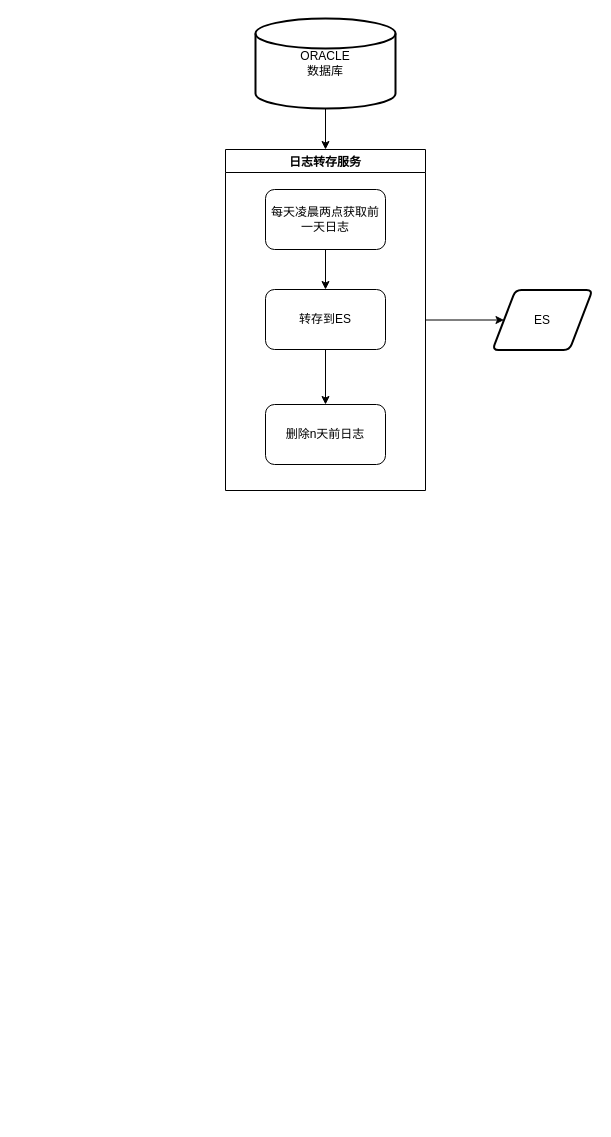
The draw.io diagram page "日志转存流程" (4 of 4) of 流程查找图.drawio in 158698706/tt4a, before the edit. Source tidied: cells renumbered, new cells numbered last; positions are measured from the earlier drawing's top-left corner, leaving out a move shared by most shapes. Both pictures are drawn from the tidied source at 100%, with x=0, y=0 at pixel (225, 18).
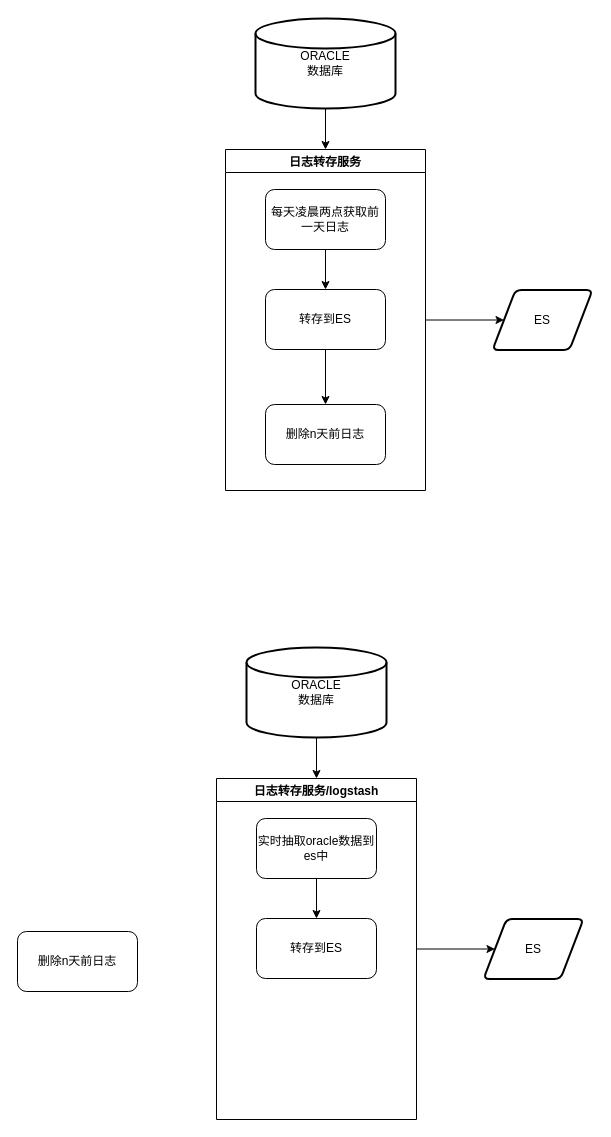
The same diagram, later.

Commit message:
更新流程查找图.drawio

Change to the diagram source:
```diff
@@
+    <mxCell id="12" style="edgeStyle=orthogonalEdgeStyle;rounded=0;jettySize=auto;html=1;entryX=0.5;entryY=0;entryDx=0;entryDy=0;" parent="1" edge="1" source="13" target="16">
+      <mxGeometry relative="1" as="geometry" />
+    </mxCell>
+    <mxCell id="13" value="ORACLE&lt;br&gt;数据库" style="strokeWidth=2;html=1;shape=mxgraph.flowchart.database;whiteSpace=wrap;" parent="1" vertex="1">
+      <mxGeometry x="21" y="629" width="140" height="90" as="geometry" />
+    </mxCell>
+    <mxCell id="14" value="ES" style="shape=parallelogram;html=1;strokeWidth=2;perimeter=parallelogramPerimeter;whiteSpace=wrap;rounded=1;arcSize=12;size=0.23;" parent="1" vertex="1">
+      <mxGeometry x="258" y="900.5" width="100" height="60" as="geometry" />
+    </mxCell>
+    <mxCell id="15" style="edgeStyle=orthogonalEdgeStyle;rounded=0;jettySize=auto;html=1;exitX=1;exitY=0.5;exitDx=0;exitDy=0;" parent="1" edge="1" source="16" target="14">
+      <mxGeometry relative="1" as="geometry" />
+    </mxCell>
+    <mxCell id="16" value="日志转存服务/logstash" style="swimlane;" parent="1" vertex="1">
+      <mxGeometry x="-9" y="760" width="200" height="341" as="geometry" />
+    </mxCell>
+    <mxCell id="17" value="实时抽取oracle数据到es中" style="rounded=1;whiteSpace=wrap;html=1;" parent="16" vertex="1">
+      <mxGeometry x="40" y="40" width="120" height="60" as="geometry" />
+    </mxCell>
+    <mxCell id="18" value="转存到ES" style="whiteSpace=wrap;html=1;rounded=1;" parent="16" vertex="1">
+      <mxGeometry x="40" y="140" width="120" height="60" as="geometry" />
+    </mxCell>
+    <mxCell id="19" style="edgeStyle=orthogonalEdgeStyle;rounded=0;jettySize=auto;html=1;" parent="16" edge="1" source="17" target="18">
+      <mxGeometry relative="1" as="geometry" />
+    </mxCell>
+    <mxCell id="20" value="删除n天前日志" style="whiteSpace=wrap;html=1;rounded=1;" parent="1" vertex="1">
+      <mxGeometry x="-208" y="913" width="120" height="60" as="geometry" />
+    </mxCell>
```
